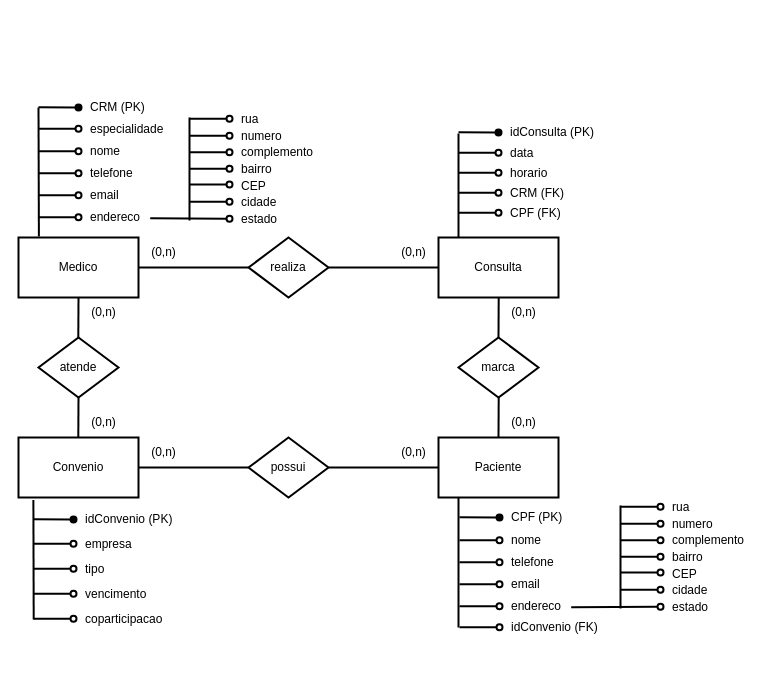
bruflor/ADS keeps this draw.io diagram as diagrams/db_mer.drawio. Above is the earlier version. Source tidied: cells renumbered, new cells numbered last; positions are measured from the earlier drawing's top-left corner, leaving out a move shared by most shapes. Both pictures are drawn from the tidied source at 100%, with x=0, y=0 at pixel (18, 97).
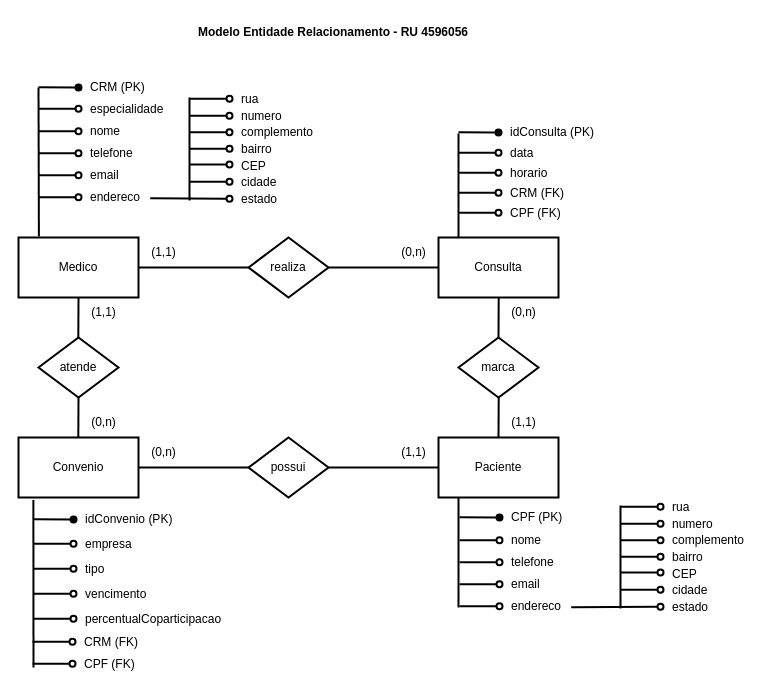
The same page after the edit.

The change refers to these unchanged cells:
```xml
<mxCell id="44" style="group;" parent="24" vertex="1">
  <mxGeometry x="20" y="60" width="111" height="119" as="geometry" />
</mxCell>
<mxCell id="97" value="Convenio" style="rounded=0;whiteSpace=wrap;html=1;strokeWidth=2;" parent="96" vertex="1">
  <mxGeometry width="120" height="60" as="geometry" />
</mxCell>
<mxCell id="98" style="group;" parent="96" vertex="1">
  <mxGeometry x="15" y="72" width="150" height="120" as="geometry" />
</mxCell>
<mxCell id="112" style="group;" parent="98" vertex="1">
  <mxGeometry y="100" width="110" height="20" as="geometry" />
</mxCell>
```

The edit, as a diff of the source:
```diff
@@
     <mxCell id="3" style="group;" parent="1" vertex="1">
-      <mxGeometry x="151" y="13" width="130" height="117" as="geometry" />
+      <mxGeometry x="151" y="-7" width="130" height="117" as="geometry" />
     </mxCell>
@@
     <mxCell id="55" style="endArrow=none;html=1;rounded=0;strokeWidth=2;" parent="44" edge="1">
       <mxGeometry relative="1" as="geometry">
-        <mxPoint y="130" as="sourcePoint" />
+        <mxPoint y="110" as="sourcePoint" />
         <mxPoint as="targetPoint" />
       </mxGeometry>
     </mxCell>
@@
     <mxCell id="76" style="group;" parent="1" vertex="1">
-      <mxGeometry x="20" width="110" height="130" as="geometry" />
+      <mxGeometry x="20" y="-20" width="150" height="150" as="geometry" />
     </mxCell>
@@
-    <mxCell id="99" style="endArrow=none;html=1;rounded=0;strokeWidth=2;exitX=0.073;exitY=-0.024;exitDx=0;exitDy=0;exitPerimeter=0;entryX=0.124;entryY=1.043;entryDx=0;entryDy=0;entryPerimeter=0;" parent="98" edge="1" target="97">
+    <mxCell id="99" style="endArrow=none;html=1;rounded=0;strokeWidth=2;entryX=0.124;entryY=1.043;entryDx=0;entryDy=0;entryPerimeter=0;" parent="98" edge="1" target="97">
       <mxGeometry relative="1" as="geometry">
-        <mxPoint x="0.2" y="110" as="sourcePoint" />
+        <mxPoint y="158" as="sourcePoint" />
       </mxGeometry>
     </mxCell>
@@
-    <mxCell id="113" value="coparticipacao" style="text;html=1;align=left;verticalAlign=middle;whiteSpace=wrap;rounded=0;" parent="112" vertex="1">
+    <mxCell id="113" value="percentualCoparticipacao" style="text;html=1;align=left;verticalAlign=middle;whiteSpace=wrap;rounded=0;" parent="112" vertex="1">
       <mxGeometry x="50" width="60" height="20" as="geometry" />
     </mxCell>
@@
-    <mxCell id="115" value="(0,n)" style="text;html=1;align=center;verticalAlign=middle;strokeColor=none;fillColor=none;" parent="1" vertex="1">
+    <mxCell id="115" value="(1,1)" style="text;html=1;align=center;verticalAlign=middle;strokeColor=none;fillColor=none;" parent="1" vertex="1">
       <mxGeometry x="120" y="140" width="50" height="30" as="geometry" />
     </mxCell>
@@
-    <mxCell id="122" value="(0,n)" style="text;html=1;align=center;verticalAlign=middle;strokeColor=none;fillColor=none;" parent="1" vertex="1">
+    <mxCell id="122" value="(1,1)" style="text;html=1;align=center;verticalAlign=middle;strokeColor=none;fillColor=none;" parent="1" vertex="1">
       <mxGeometry x="60" y="200" width="50" height="30" as="geometry" />
     </mxCell>
@@
-    <mxCell id="126" value="(0,n)" style="text;html=1;align=center;verticalAlign=middle;strokeColor=none;fillColor=none;" parent="1" vertex="1">
+    <mxCell id="126" value="(1,1)" style="text;html=1;align=center;verticalAlign=middle;strokeColor=none;fillColor=none;" parent="1" vertex="1">
       <mxGeometry x="480.2" y="310" width="50" height="30" as="geometry" />
     </mxCell>
@@
-    <mxCell id="128" value="(0,n)" style="text;html=1;align=center;verticalAlign=middle;strokeColor=none;fillColor=none;" parent="1" vertex="1">
+    <mxCell id="128" value="(1,1)" style="text;html=1;align=center;verticalAlign=middle;strokeColor=none;fillColor=none;" parent="1" vertex="1">
       <mxGeometry x="370" y="340" width="50" height="30" as="geometry" />
     </mxCell>
@@
-    <mxCell id="132" value="idConvenio (FK)" style="text;html=1;align=left;verticalAlign=middle;whiteSpace=wrap;rounded=0;" parent="1" vertex="1">
-      <mxGeometry x="491" y="520" width="89" height="20" as="geometry" />
-    </mxCell>
-    <mxCell id="133" style="endArrow=none;html=1;rounded=0;startArrow=oval;startFill=0;strokeWidth=2;" parent="1" edge="1">
-      <mxGeometry relative="1" as="geometry">
-        <mxPoint x="481" y="529.8" as="sourcePoint" />
-        <mxPoint x="441" y="529.8" as="targetPoint" />
-      </mxGeometry>
-    </mxCell>
+    <mxCell id="134" style="group;" parent="1" vertex="1">
+      <mxGeometry x="14" y="535" width="110" height="20" as="geometry" />
+    </mxCell>
+    <mxCell id="135" value="CRM (FK)" style="text;html=1;align=left;verticalAlign=middle;whiteSpace=wrap;rounded=0;" parent="134" vertex="1">
+      <mxGeometry x="50" width="60" height="20" as="geometry" />
+    </mxCell>
+    <mxCell id="136" style="endArrow=none;html=1;rounded=0;startArrow=oval;startFill=0;strokeWidth=2;" parent="134" edge="1">
+      <mxGeometry relative="1" as="geometry">
+        <mxPoint x="40" y="9.3" as="sourcePoint" />
+        <mxPoint y="9.3" as="targetPoint" />
+      </mxGeometry>
+    </mxCell>
+    <mxCell id="137" style="group;" parent="1" vertex="1">
+      <mxGeometry x="14" y="557" width="110" height="20" as="geometry" />
+    </mxCell>
+    <mxCell id="138" value="CPF (FK)" style="text;html=1;align=left;verticalAlign=middle;whiteSpace=wrap;rounded=0;" parent="137" vertex="1">
+      <mxGeometry x="50" width="60" height="20" as="geometry" />
+    </mxCell>
+    <mxCell id="139" style="endArrow=none;html=1;rounded=0;startArrow=oval;startFill=0;strokeWidth=2;" parent="137" edge="1">
+      <mxGeometry relative="1" as="geometry">
+        <mxPoint x="40" y="9.3" as="sourcePoint" />
+        <mxPoint y="9.3" as="targetPoint" />
+      </mxGeometry>
+    </mxCell>
+    <mxCell id="140" value="&lt;b&gt;Modelo Entidade Relacionamento - RU&amp;nbsp;4596056&lt;/b&gt;" style="text;html=1;align=center;verticalAlign=middle;whiteSpace=wrap;rounded=0;" parent="1" vertex="1">
+      <mxGeometry x="110" y="-80" width="410" height="30" as="geometry" />
+    </mxCell>
```
